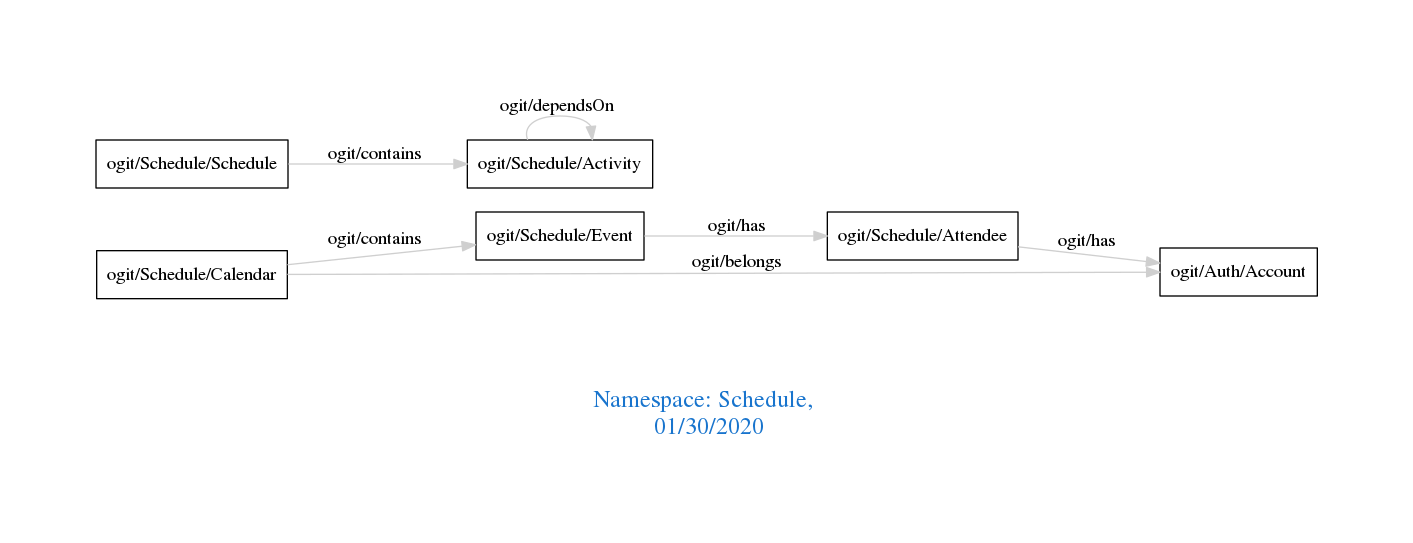
This is downloads/Schedule.png from arago/OGIT, a Graphviz export, as it was before one commit. Its source is kept beside it as downloads/Schedule.dot.
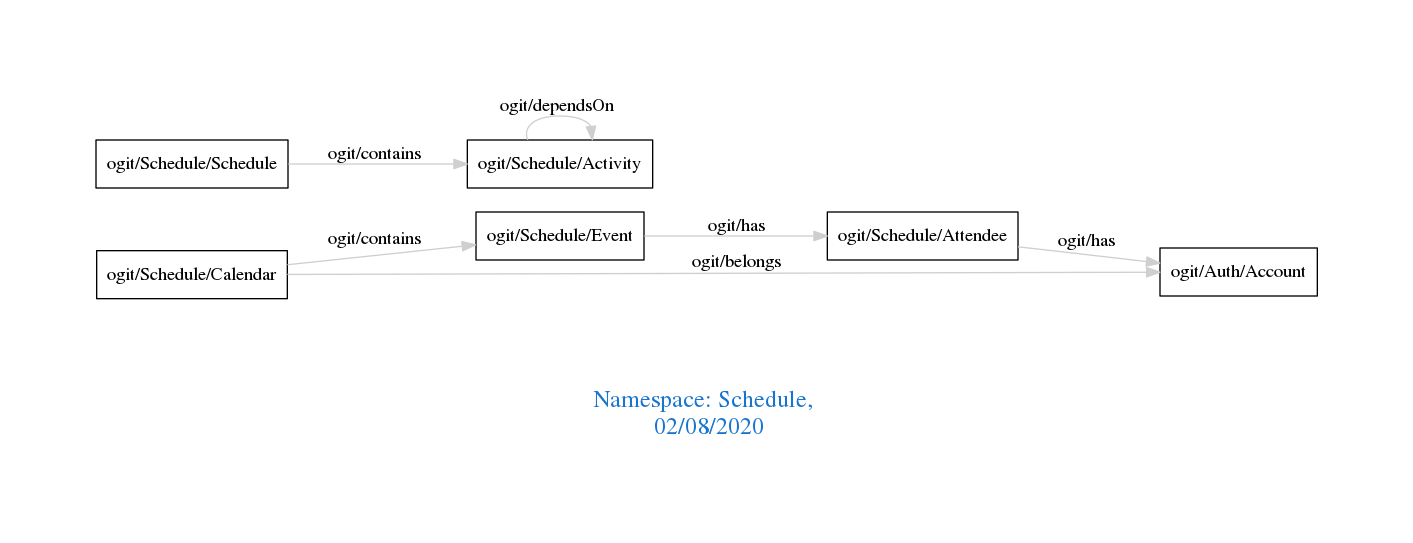
After the change.

The edit, as a diff of the source:
```diff
@@ -1,7 +1,7 @@
 digraph OGIT_ontology {
  graph [ rankdir= LR,pad=1
 fontsize = 18,
-fontcolor= dodgerblue3,label = "\n\n\nNamespace: Schedule, \n 01/30/2020"];
+fontcolor= dodgerblue3,label = "\n\n\nNamespace: Schedule, \n 02/08/2020"];
 node[shape=polygon];
 edge [  color="gray81"];
 
```
